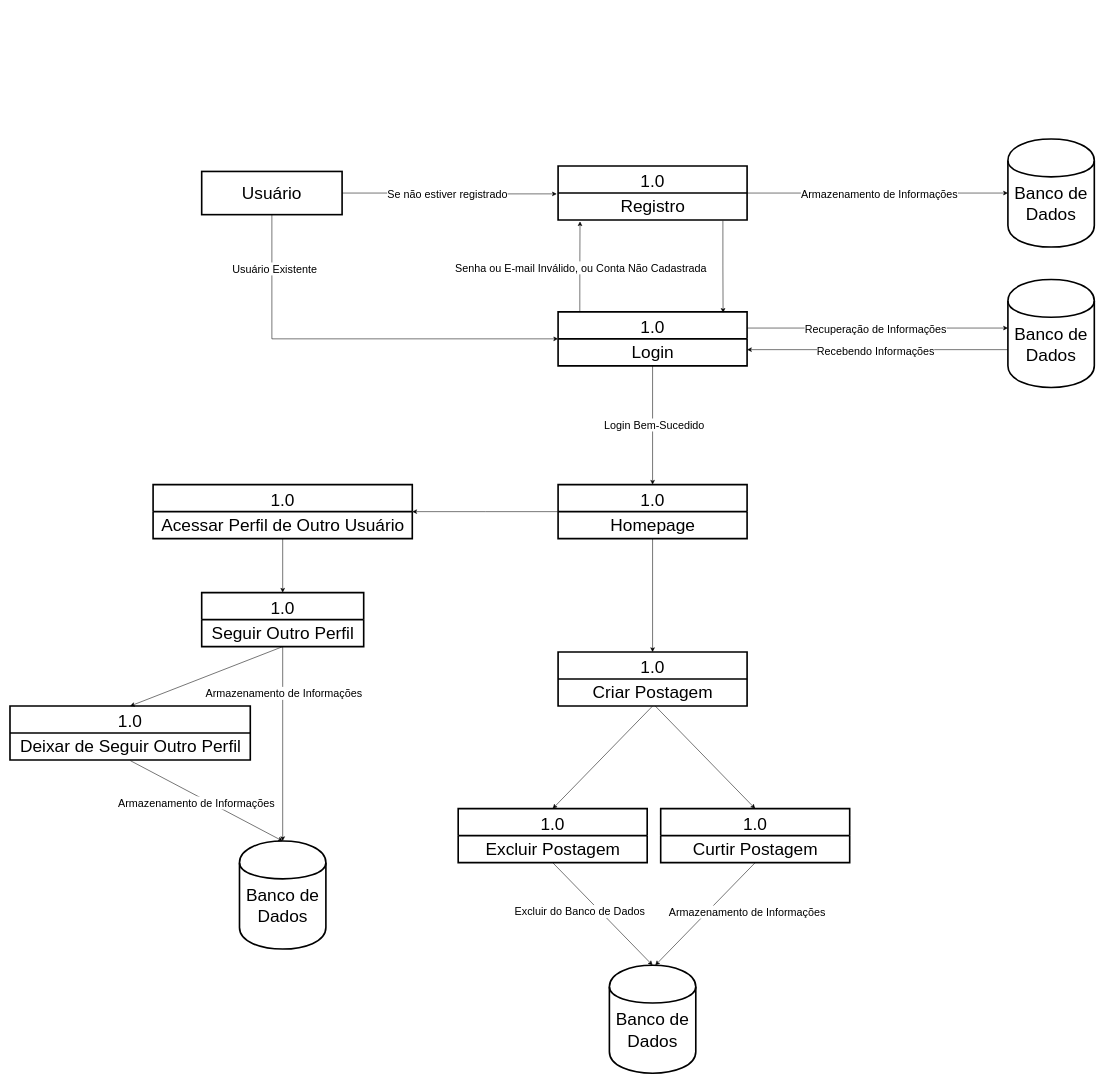
The draw.io diagram misc/diagramas/Diagrama de Fluxo de Dados.drawio in VerbalThree/OpenVoice, before the edit. Source tidied: cells renumbered, new cells numbered last; positions are measured from the earlier drawing's top-left corner, leaving out a move shared by most shapes. Both pictures are drawn from the tidied source at 54%, with x=0, y=0 at pixel (10, 9).
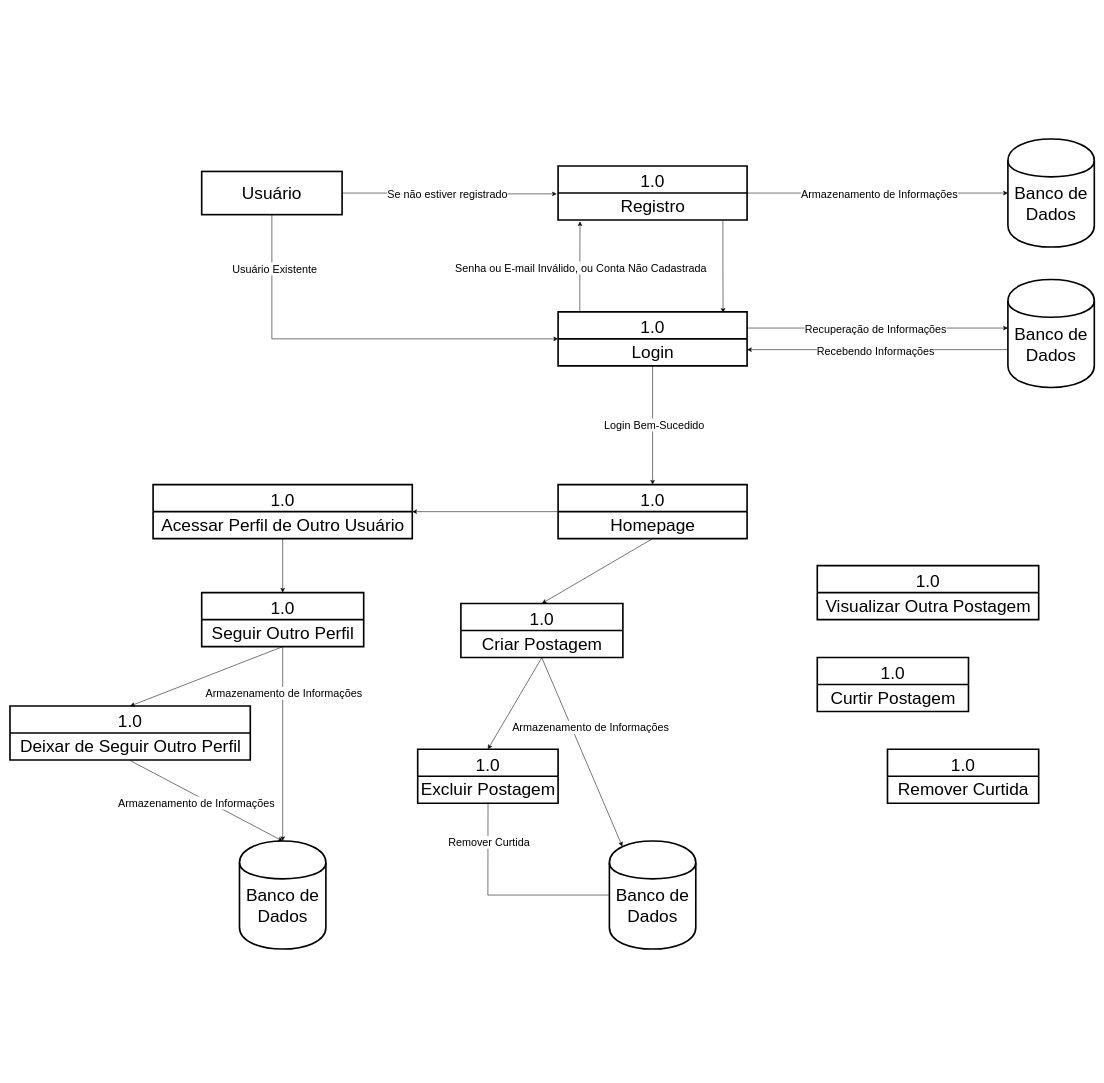
Above is the later version.

Unchanged cells that the change refers to:
```xml
<mxCell id="23" value="&lt;font style=&quot;font-size: 32px;&quot;&gt;Homepage&lt;/font&gt;" style="text;html=1;align=center;verticalAlign=middle;points=[];strokeColor=none;fillColor=none;" parent="22" vertex="1">
  <mxGeometry y="50" width="350" height="50" as="geometry" />
</mxCell>
```

What changed in the source:
```diff
@@
     <mxCell id="26" value="1.0" style="swimlane;fontStyle=0;horizontal=1;startSize=50;fillColor=#ffffff;swimlaneFillColor=#ffffff;strokeWidth=3;fontSize=32;" parent="1" vertex="1">
-      <mxGeometry x="1015" y="1190" width="350" height="100" as="geometry" />
+      <mxGeometry x="835" y="1100" width="300" height="100" as="geometry" />
     </mxCell>
     <mxCell id="27" value="&lt;font style=&quot;font-size: 32px;&quot;&gt;Criar Postagem&lt;br&gt;&lt;/font&gt;" style="text;html=1;align=center;verticalAlign=middle;points=[];strokeColor=none;fillColor=none;" parent="26" vertex="1">
-      <mxGeometry y="50" width="350" height="50" as="geometry" />
+      <mxGeometry y="50" width="300" height="50" as="geometry" />
     </mxCell>
-    <mxCell id="28" style="edgeStyle=orthogonalEdgeStyle;rounded=0;jettySize=auto;html=1;entryX=0.5;entryY=0;entryDx=0;entryDy=0;" parent="1" edge="1" source="23" target="26">
-      <mxGeometry relative="1" as="geometry" />
-    </mxCell>
     <mxCell id="29" value="1.0" style="swimlane;fontStyle=0;horizontal=1;startSize=50;fillColor=#ffffff;swimlaneFillColor=#ffffff;strokeWidth=3;fontSize=32;" parent="1" vertex="1">
-      <mxGeometry x="1205" y="1480" width="350" height="100" as="geometry" />
+      <mxGeometry x="1495" y="1200" width="280" height="100" as="geometry" />
     </mxCell>
     <mxCell id="30" value="&lt;font style=&quot;font-size: 32px;&quot;&gt;Curtir Postagem&lt;br&gt;&lt;/font&gt;" style="text;html=1;align=center;verticalAlign=middle;strokeColor=none;fillColor=none;" parent="29" vertex="1">
-      <mxGeometry y="50" width="350" height="50" as="geometry" />
+      <mxGeometry y="50" width="280" height="50" as="geometry" />
     </mxCell>
-    <mxCell id="31" value="1.0" style="swimlane;fontStyle=0;horizontal=1;startSize=50;fillColor=#ffffff;swimlaneFillColor=#ffffff;strokeWidth=3;fontSize=32;" parent="1" vertex="1">
-      <mxGeometry x="830" y="1480" width="350" height="100" as="geometry" />
-    </mxCell>
-    <mxCell id="32" value="&lt;font style=&quot;font-size: 32px;&quot;&gt;Excluir Postagem&lt;font style=&quot;font-size: 32px;&quot;&gt;&lt;br&gt;&lt;/font&gt;&lt;/font&gt;" style="text;html=1;align=center;verticalAlign=middle;points=[];strokeColor=none;fillColor=none;" parent="31" vertex="1">
-      <mxGeometry y="50" width="350" height="50" as="geometry" />
-    </mxCell>
-    <mxCell id="33" style="endArrow=none;html=1;rounded=0;startArrow=classic;startFill=1;endFill=0;entryX=0.499;entryY=1.007;entryDx=0;entryDy=0;entryPerimeter=0;exitX=0.5;exitY=0;exitDx=0;exitDy=0;" parent="1" edge="1" source="31" target="27">
-      <mxGeometry relative="1" as="geometry" />
-    </mxCell>
-    <mxCell id="34" style="endArrow=none;html=1;rounded=0;startArrow=classic;startFill=1;endFill=0;entryX=0.499;entryY=1.007;entryDx=0;entryDy=0;entryPerimeter=0;exitX=0.5;exitY=0;exitDx=0;exitDy=0;" parent="1" edge="1">
-      <mxGeometry relative="1" as="geometry">
-        <mxPoint x="1380" y="1480" as="sourcePoint" />
-        <mxPoint x="1195" y="1290" as="targetPoint" />
-      </mxGeometry>
-    </mxCell>
     <mxCell id="35" value="&lt;font style=&quot;font-size: 32px;&quot;&gt;Banco de Dados&lt;br&gt;&lt;/font&gt;" style="shape=cylinder;whiteSpace=wrap;html=1;boundedLbl=1;backgroundOutline=1;strokeWidth=3;" parent="1" vertex="1">
-      <mxGeometry x="1110" y="1770" width="160" height="200" as="geometry" />
+      <mxGeometry x="1110" y="1540" width="160" height="200" as="geometry" />
     </mxCell>
-    <mxCell id="36" style="endArrow=none;html=1;rounded=0;startArrow=classic;startFill=1;endFill=0;entryX=0.499;entryY=1.007;entryDx=0;entryDy=0;entryPerimeter=0;exitX=0.5;exitY=0;exitDx=0;exitDy=0;" parent="1" edge="1">
-      <mxGeometry relative="1" as="geometry">
-        <mxPoint x="1190" y="1770" as="sourcePoint" />
-        <mxPoint x="1005" y="1580" as="targetPoint" />
-      </mxGeometry>
-    </mxCell>
-    <mxCell id="37" value="&lt;font style=&quot;font-size: 20px;&quot;&gt;Excluir do Banco de Dados&lt;/font&gt;" style="edgeLabel;html=1;align=center;verticalAlign=middle;" parent="36" vertex="1">
-      <mxGeometry x="0.06" y="-2" relative="1" as="geometry">
-        <mxPoint x="-39" y="2" as="offset" />
-      </mxGeometry>
-    </mxCell>
-    <mxCell id="38" style="endArrow=none;html=1;rounded=0;startArrow=classic;startFill=1;endFill=0;entryX=0.499;entryY=1.007;entryDx=0;entryDy=0;entryPerimeter=0;exitX=0.5;exitY=0;exitDx=0;exitDy=0;" parent="1" edge="1">
-      <mxGeometry relative="1" as="geometry">
-        <mxPoint x="1195" y="1770" as="sourcePoint" />
-        <mxPoint x="1380" y="1580" as="targetPoint" />
-      </mxGeometry>
-    </mxCell>
-    <mxCell id="39" value="&lt;font style=&quot;font-size: 20px;&quot;&gt;Armazenamento de Informações&lt;/font&gt;" style="edgeLabel;html=1;align=center;verticalAlign=middle;" parent="38" vertex="1">
-      <mxGeometry x="0.13" y="-5" relative="1" as="geometry">
-        <mxPoint x="61" y="4" as="offset" />
-      </mxGeometry>
-    </mxCell>
@@
+    <mxCell id="55" value="1.0" style="swimlane;fontStyle=0;horizontal=1;startSize=50;fillColor=#ffffff;swimlaneFillColor=#ffffff;strokeWidth=3;fontSize=32;" parent="1" vertex="1">
+      <mxGeometry x="1625" y="1370" width="280" height="100" as="geometry" />
+    </mxCell>
+    <mxCell id="56" value="&lt;font style=&quot;font-size: 32px;&quot;&gt;Remover Curtida&lt;font style=&quot;font-size: 32px;&quot;&gt;&lt;br&gt;&lt;/font&gt;&lt;/font&gt;" style="text;html=1;align=center;verticalAlign=middle;strokeColor=none;fillColor=none;" parent="55" vertex="1">
+      <mxGeometry y="50" width="280" height="50" as="geometry" />
+    </mxCell>
+    <mxCell id="57" value="1.0" style="swimlane;fontStyle=0;horizontal=1;startSize=50;fillColor=#ffffff;swimlaneFillColor=#ffffff;strokeWidth=3;fontSize=32;" parent="1" vertex="1">
+      <mxGeometry x="1495" y="1030" width="410" height="100" as="geometry" />
+    </mxCell>
+    <mxCell id="58" value="&lt;font style=&quot;font-size: 32px;&quot;&gt;Visualizar Outra Postagem&lt;/font&gt;" style="text;html=1;align=center;verticalAlign=middle;strokeColor=none;fillColor=none;" parent="57" vertex="1">
+      <mxGeometry y="50" width="410" height="50" as="geometry" />
+    </mxCell>
+    <mxCell id="31" value="1.0" style="swimlane;fontStyle=0;horizontal=1;startSize=50;fillColor=#ffffff;swimlaneFillColor=#ffffff;strokeWidth=3;fontSize=32;" parent="1" vertex="1">
+      <mxGeometry x="755" y="1370" width="260" height="100" as="geometry" />
+    </mxCell>
+    <mxCell id="32" value="&lt;font style=&quot;font-size: 32px;&quot;&gt;Excluir Postagem&lt;font style=&quot;font-size: 32px;&quot;&gt;&lt;br&gt;&lt;/font&gt;&lt;/font&gt;" style="text;html=1;align=center;verticalAlign=middle;points=[];strokeColor=none;fillColor=none;" parent="31" vertex="1">
+      <mxGeometry y="50" width="260" height="50" as="geometry" />
+    </mxCell>
+    <mxCell id="28" style="endArrow=classic;html=1;rounded=0;entryX=0.5;entryY=0;entryDx=0;entryDy=0;exitX=0.5;exitY=1;exitDx=0;exitDy=0;exitPerimeter=0;" parent="1" edge="1" source="23" target="26">
+      <mxGeometry relative="1" as="geometry" />
+    </mxCell>
+    <mxCell id="59" value="&amp;nbsp;" style="text;whiteSpace=wrap;html=1;" parent="1" vertex="1">
+      <mxGeometry x="1095" y="600" width="40" height="40" as="geometry" />
+    </mxCell>
+    <mxCell id="60" style="endArrow=classic;html=1;rounded=0;exitX=0.5;exitY=1.003;exitDx=0;exitDy=0;exitPerimeter=0;entryX=0.5;entryY=0;entryDx=0;entryDy=0;" parent="1" edge="1" source="27" target="31">
+      <mxGeometry relative="1" as="geometry" />
+    </mxCell>
+    <mxCell id="61" style="endArrow=classic;html=1;rounded=0;exitX=0.499;exitY=1.002;exitDx=0;exitDy=0;exitPerimeter=0;entryX=0.15;entryY=0.05;entryDx=0;entryDy=0;entryPerimeter=0;" parent="1" edge="1" source="27" target="35">
+      <mxGeometry relative="1" as="geometry" />
+    </mxCell>
+    <mxCell id="39" value="&lt;font style=&quot;font-size: 20px;&quot;&gt;Armazenamento de Informações&lt;br&gt;&lt;/font&gt;" style="edgeLabel;html=1;align=center;verticalAlign=middle;" parent="61" vertex="1">
+      <mxGeometry x="-0.6" y="1" relative="1" as="geometry">
+        <mxPoint x="59" y="59" as="offset" />
+      </mxGeometry>
+    </mxCell>
+    <mxCell id="62" style="endArrow=none;html=1;rounded=0;entryX=0.501;entryY=0.96;entryDx=0;entryDy=0;entryPerimeter=0;exitX=0;exitY=0.5;exitDx=0;exitDy=0;" parent="1" edge="1" source="35" target="32">
+      <mxGeometry relative="1" as="geometry">
+        <Array as="points">
+          <mxPoint x="885" y="1640" />
+        </Array>
+      </mxGeometry>
+    </mxCell>
+    <mxCell id="63" value="&lt;font style=&quot;font-size: 20px;&quot;&gt;Remover Curtida&lt;br&gt;&lt;/font&gt;" style="edgeLabel;html=1;align=center;verticalAlign=middle;" parent="62" vertex="1">
+      <mxGeometry x="0.63" y="-1" relative="1" as="geometry" />
+    </mxCell>
```
